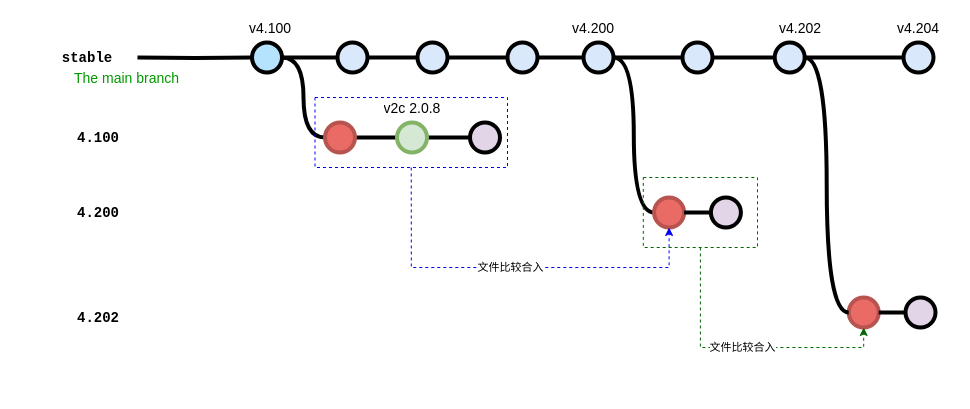
This is verilator_digrams/version_manage.drawio from Dercury/CLDK, a draw.io file, before an edit. Source tidied: cells renumbered, new cells numbered last; positions are measured from the earlier drawing's top-left corner, leaving out a move shared by most shapes. Both pictures are drawn from the tidied source at 100%, with x=0, y=0 at pixel (57, 17).
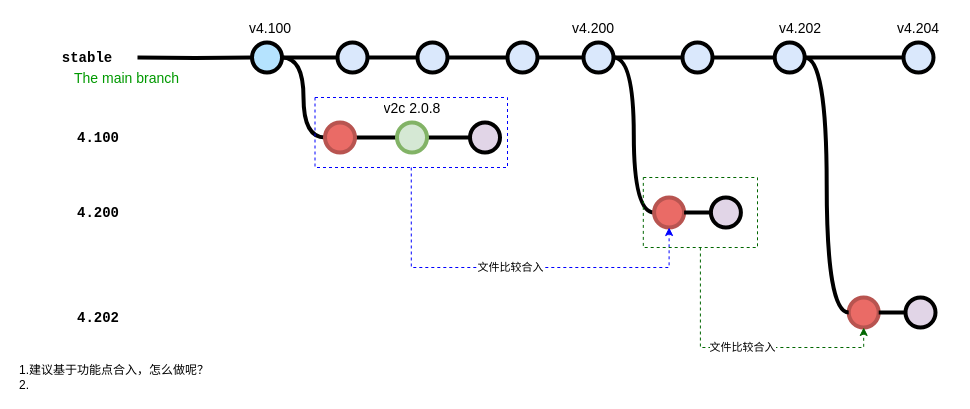
After the change.

Diff of the diagram source:
```diff
@@
+    <mxCell id="46" value="1.建议基于功能点合入，怎么做呢？&lt;br&gt;2." style="text;html=1;align=left;verticalAlign=middle;strokeColor=none;" parent="1" vertex="1">
+      <mxGeometry x="-40" y="345" width="210" height="30" as="geometry" />
+    </mxCell>
```
